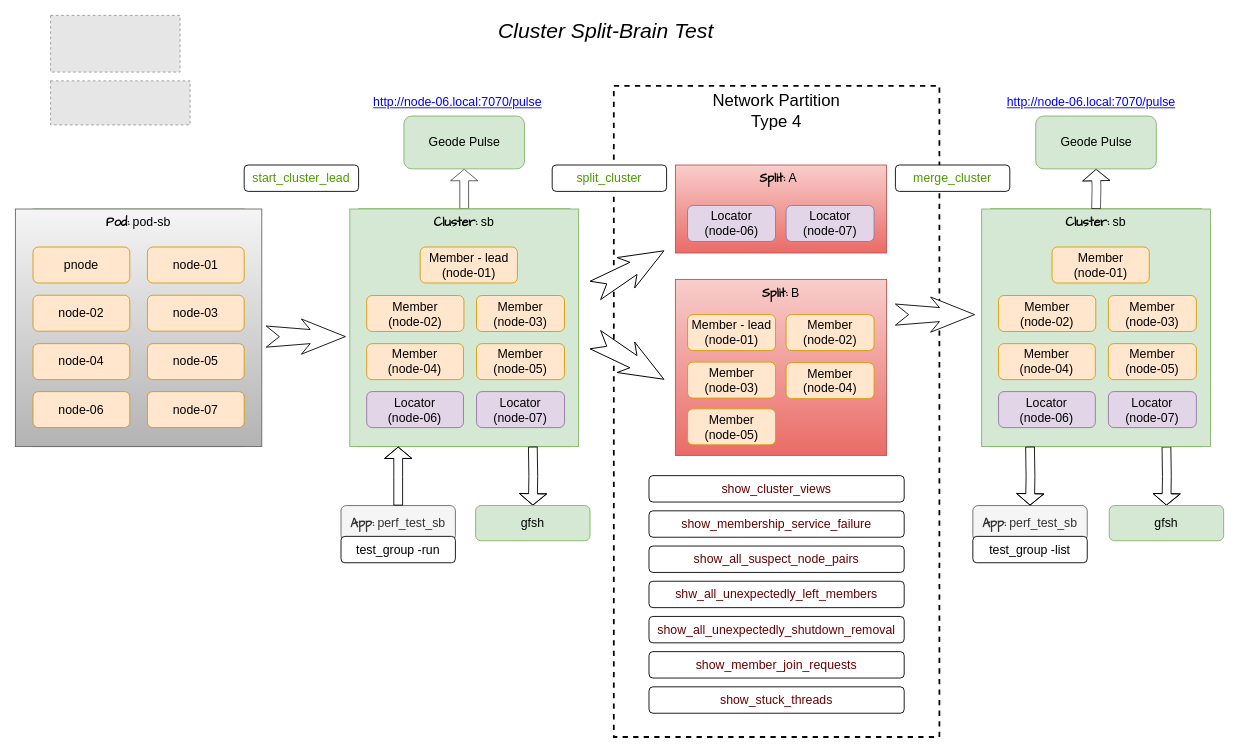
Before: page "Type-4" (5 of 7) of images/drawio/split-brain.drawio in padogrid/bundle-geode-1-app-perf_test_sb-cluster-sb, a draw.io diagram. Source tidied: cells renumbered, new cells numbered last; positions are measured from the earlier drawing's top-left corner, leaving out a move shared by most shapes. Both pictures are drawn from the tidied source at 88%, with x=0, y=0 at pixel (15, 15). Pictures stored in the file or linked from it are replaced by grey dashed boxes.
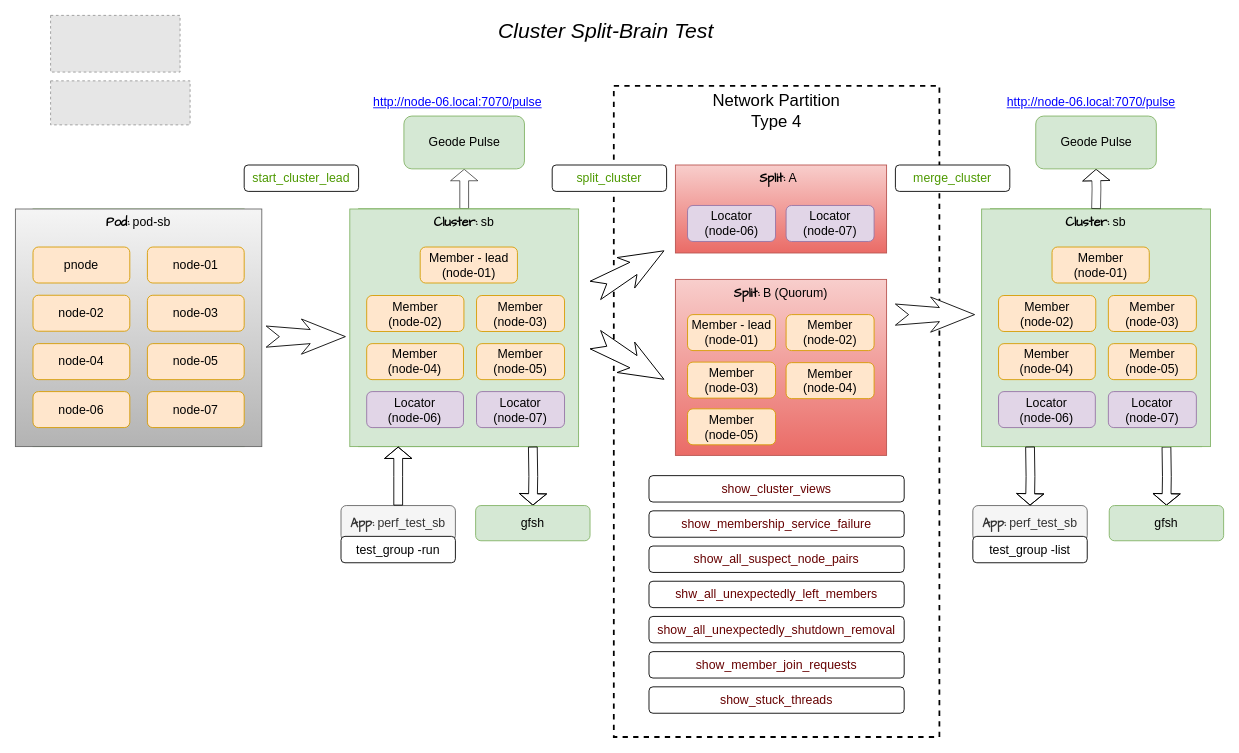
After the change.

Commit message:
Added diagnosis diagram

Change to the diagram source:
```diff
@@
-    <mxCell id="70" value="&lt;b style=&quot;&quot;&gt;&lt;font face=&quot;Comic Sans MS&quot;&gt;Split:&lt;/font&gt;&amp;nbsp;&lt;/b&gt;B" style="rounded=0;whiteSpace=wrap;html=1;align=center;verticalAlign=top;fillColor=#f8cecc;fontSize=14;gradientColor=#ea6b66;strokeColor=#b85450;" parent="1" vertex="1">
+    <mxCell id="70" value="&lt;b style=&quot;&quot;&gt;&lt;font face=&quot;Comic Sans MS&quot;&gt;Split:&lt;/font&gt;&amp;nbsp;&lt;/b&gt;B (Quorum)" style="rounded=0;whiteSpace=wrap;html=1;align=center;verticalAlign=top;fillColor=#f8cecc;fontSize=14;gradientColor=#ea6b66;strokeColor=#b85450;" parent="1" vertex="1">
       <mxGeometry x="750" y="300" width="240" height="200" as="geometry" />
     </mxCell>
```
